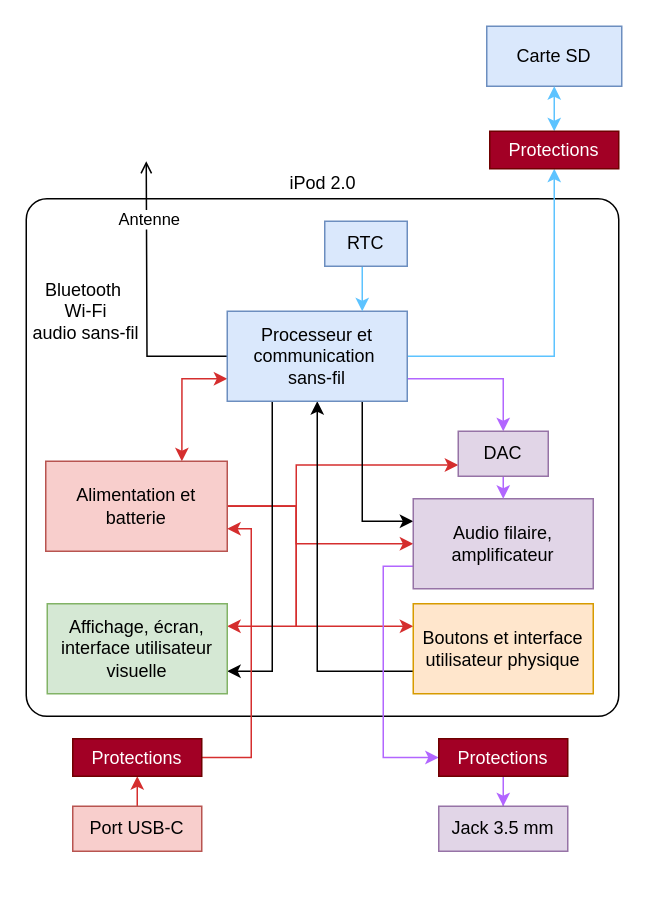
dossantosyann/iPod2.0_Latex_Report keeps this draw.io diagram as assets/figures/Analyse_Fonctionnelle-Niv2.drawio. Above is the earlier version. Source tidied: cells renumbered, new cells numbered last; positions are measured from the earlier drawing's top-left corner, leaving out a move shared by most shapes. Both pictures are drawn from the tidied source at 150%, with x=0, y=0 at pixel (26, 26).
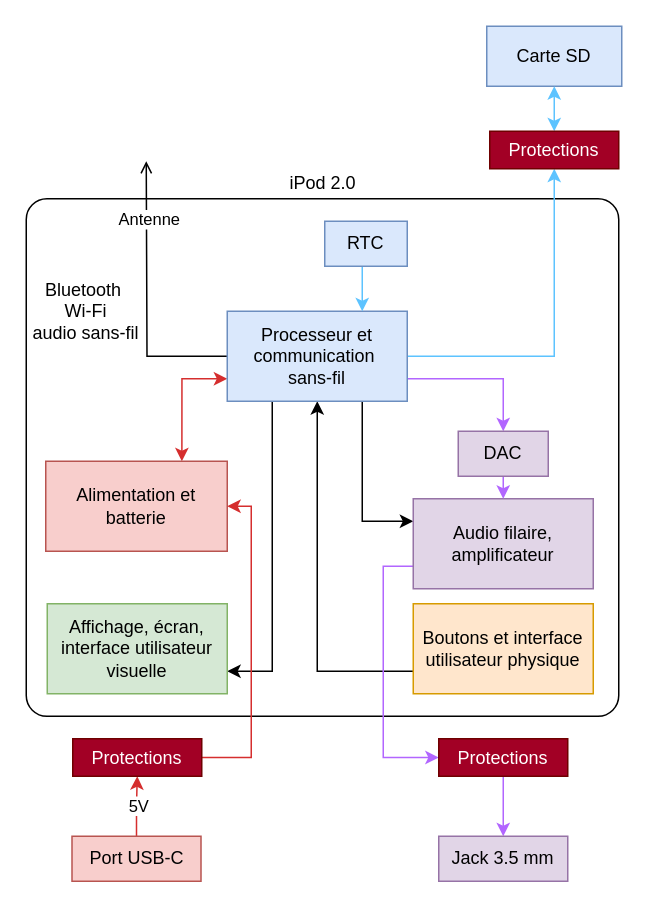
Above is the later version.

Commit message (it also covers changes not shown here):
Mettre à jour Analyse_Fonctionnelle-Niv2.drawio

Unchanged cells that the change refers to:
```xml
<mxCell id="3" style="edgeStyle=orthogonalEdgeStyle;rounded=0;jettySize=auto;html=1;exitX=0.5;exitY=0;exitDx=0;exitDy=0;entryX=0.5;entryY=1;entryDx=0;entryDy=0;strokeColor=#D52E2E;" parent="1" edge="1" source="4" target="30">
  <mxGeometry relative="1" as="geometry" />
</mxCell>
<mxCell id="10" value="Alimentation et batterie" style="rounded=0;whiteSpace=wrap;html=1;fillColor=#f8cecc;strokeColor=#b85450;" parent="1" vertex="1">
  <mxGeometry x="13" y="290" width="121" height="60" as="geometry" />
</mxCell>
<mxCell id="19" value="Affichage, écran, interface utilisateur visuelle" style="rounded=0;whiteSpace=wrap;html=1;fillColor=#d5e8d4;strokeColor=#82b366;" parent="1" vertex="1">
  <mxGeometry x="14" y="385" width="120" height="60" as="geometry" />
</mxCell>
<mxCell id="20" value="Boutons et interface utilisateur physique" style="rounded=0;whiteSpace=wrap;html=1;fillColor=#ffe6cc;strokeColor=#d79b00;" parent="1" vertex="1">
  <mxGeometry x="258" y="385" width="120" height="60" as="geometry" />
</mxCell>
<mxCell id="23" value="Audio filaire, amplificateur" style="rounded=0;whiteSpace=wrap;html=1;fillColor=#e1d5e7;strokeColor=#9673a6;" parent="1" vertex="1">
  <mxGeometry x="258" y="315" width="120" height="60" as="geometry" />
</mxCell>
<mxCell id="26" value="DAC" style="rounded=0;whiteSpace=wrap;html=1;fillColor=#e1d5e7;strokeColor=#9673a6;" parent="1" vertex="1">
  <mxGeometry x="288" y="270" width="60" height="30" as="geometry" />
</mxCell>
<mxCell id="30" value="Protections" style="rounded=0;whiteSpace=wrap;html=1;fillColor=#a20025;fontColor=#ffffff;strokeColor=#6F0000;" parent="1" vertex="1">
  <mxGeometry x="31" y="475" width="86" height="25" as="geometry" />
</mxCell>
```

Diff of the diagram source:
```diff
@@
+    <mxCell id="37" value="5V" style="edgeLabel;html=1;align=center;verticalAlign=middle;" parent="3" vertex="1">
+      <mxGeometry x="0.13" y="-3" relative="1" as="geometry">
+        <mxPoint x="-3" y="2" as="offset" />
+      </mxGeometry>
+    </mxCell>
     <mxCell id="4" value="Port USB-C" style="rounded=0;whiteSpace=wrap;html=1;fillColor=#f8cecc;strokeColor=#b85450;" parent="1" vertex="1">
-      <mxGeometry x="31" y="520" width="86" height="30" as="geometry" />
+      <mxGeometry x="30.5" y="540" width="86" height="30" as="geometry" />
     </mxCell>
-    <mxCell id="5" style="edgeStyle=orthogonalEdgeStyle;rounded=0;jettySize=auto;html=1;exitX=1;exitY=0.5;exitDx=0;exitDy=0;entryX=0;entryY=0.75;entryDx=0;entryDy=0;fillColor=#e51400;strokeColor=#D52E2E;" parent="1" edge="1" source="10" target="26">
-      <mxGeometry relative="1" as="geometry">
-        <Array as="points">
-          <mxPoint x="180" y="320" />
-          <mxPoint x="180" y="293" />
-        </Array>
-      </mxGeometry>
-    </mxCell>
-    <mxCell id="6" style="edgeStyle=orthogonalEdgeStyle;rounded=0;jettySize=auto;html=1;exitX=1;exitY=0.5;exitDx=0;exitDy=0;entryX=1;entryY=0.25;entryDx=0;entryDy=0;fillColor=#e51400;strokeColor=#D52E2E;" parent="1" edge="1" source="10" target="19">
-      <mxGeometry relative="1" as="geometry">
-        <Array as="points">
-          <mxPoint x="180" y="320" />
-          <mxPoint x="180" y="400" />
-        </Array>
-      </mxGeometry>
-    </mxCell>
-    <mxCell id="7" style="edgeStyle=orthogonalEdgeStyle;rounded=0;jettySize=auto;html=1;exitX=1;exitY=0.5;exitDx=0;exitDy=0;entryX=0;entryY=0.25;entryDx=0;entryDy=0;fillColor=#e51400;strokeColor=#D52E2E;" parent="1" edge="1" source="10" target="20">
-      <mxGeometry relative="1" as="geometry">
-        <Array as="points">
-          <mxPoint x="180" y="320" />
-          <mxPoint x="180" y="400" />
-        </Array>
-      </mxGeometry>
-    </mxCell>
-    <mxCell id="8" style="edgeStyle=orthogonalEdgeStyle;rounded=0;jettySize=auto;html=1;exitX=1;exitY=0.5;exitDx=0;exitDy=0;entryX=0;entryY=0.5;entryDx=0;entryDy=0;fillColor=#e51400;strokeColor=#D52E2E;" parent="1" edge="1" source="10" target="23">
-      <mxGeometry relative="1" as="geometry">
-        <Array as="points">
-          <mxPoint x="180" y="320" />
-          <mxPoint x="180" y="345" />
-        </Array>
-      </mxGeometry>
-    </mxCell>
@@
-    <mxCell id="29" style="edgeStyle=orthogonalEdgeStyle;rounded=0;jettySize=auto;html=1;exitX=1;exitY=0.5;exitDx=0;exitDy=0;entryX=1;entryY=0.75;entryDx=0;entryDy=0;strokeColor=#D52E2E;" parent="1" edge="1" source="30" target="10">
+    <mxCell id="29" style="edgeStyle=orthogonalEdgeStyle;rounded=0;jettySize=auto;html=1;exitX=1;exitY=0.5;exitDx=0;exitDy=0;entryX=1;entryY=0.5;entryDx=0;entryDy=0;strokeColor=#D52E2E;" parent="1" edge="1" source="30" target="10">
       <mxGeometry relative="1" as="geometry">
         <Array as="points">
           <mxPoint x="150" y="488" />
-          <mxPoint x="150" y="335" />
+          <mxPoint x="150" y="320" />
         </Array>
       </mxGeometry>
     </mxCell>
@@
     <mxCell id="35" value="Jack 3.5 mm" style="rounded=0;whiteSpace=wrap;html=1;fillColor=#e1d5e7;strokeColor=#9673a6;" parent="1" vertex="1">
-      <mxGeometry x="275" y="520" width="86" height="30" as="geometry" />
+      <mxGeometry x="275" y="540" width="86" height="30" as="geometry" />
     </mxCell>
```
